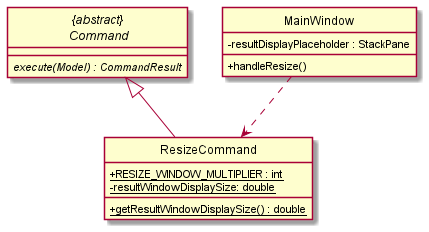
This is docs/images/ResizeCommandClassDiagram.png from nus-cs2103-AY2122S2/tp, a PlantUML export, as it was before one commit. Its diagram source:
```plantuml
@startuml

skinparam classAttributeIconSize 0
hide circle

abstract class "{abstract}\n Command" as Command {
    {abstract} execute(Model) : CommandResult
}

class ResizeCommand {
    {static} +RESIZE_WINDOW_MULTIPLIER : int
    {static} -resultWindowDisplaySize: double
    {static} +getResultWindowDisplaySize() : double
}

class MainWindow {
    -resultDisplayPlaceholder : StackPane
    +handleResize()
}

Command <|-- ResizeCommand
MainWindow ..> ResizeCommand

@enduml
```
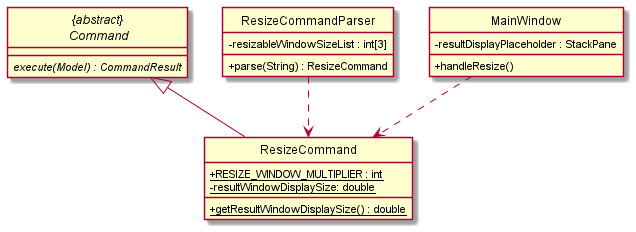
The same diagram one commit later.

Commit message:
Update resize feature class diagram

Change to the diagram source:
```diff
@@ -7,18 +7,27 @@
     {abstract} execute(Model) : CommandResult
 }
 
+class ResizeCommandParser {
+    -resizableWindowSizeList : int[3]
+
+    +parse(String) : ResizeCommand
+}
+
 class ResizeCommand {
     {static} +RESIZE_WINDOW_MULTIPLIER : int
     {static} -resultWindowDisplaySize: double
+
     {static} +getResultWindowDisplaySize() : double
 }
 
 class MainWindow {
     -resultDisplayPlaceholder : StackPane
+
     +handleResize()
 }
 
 Command <|-- ResizeCommand
 MainWindow ..> ResizeCommand
+ResizeCommandParser ..> ResizeCommand
 
 @enduml
```
